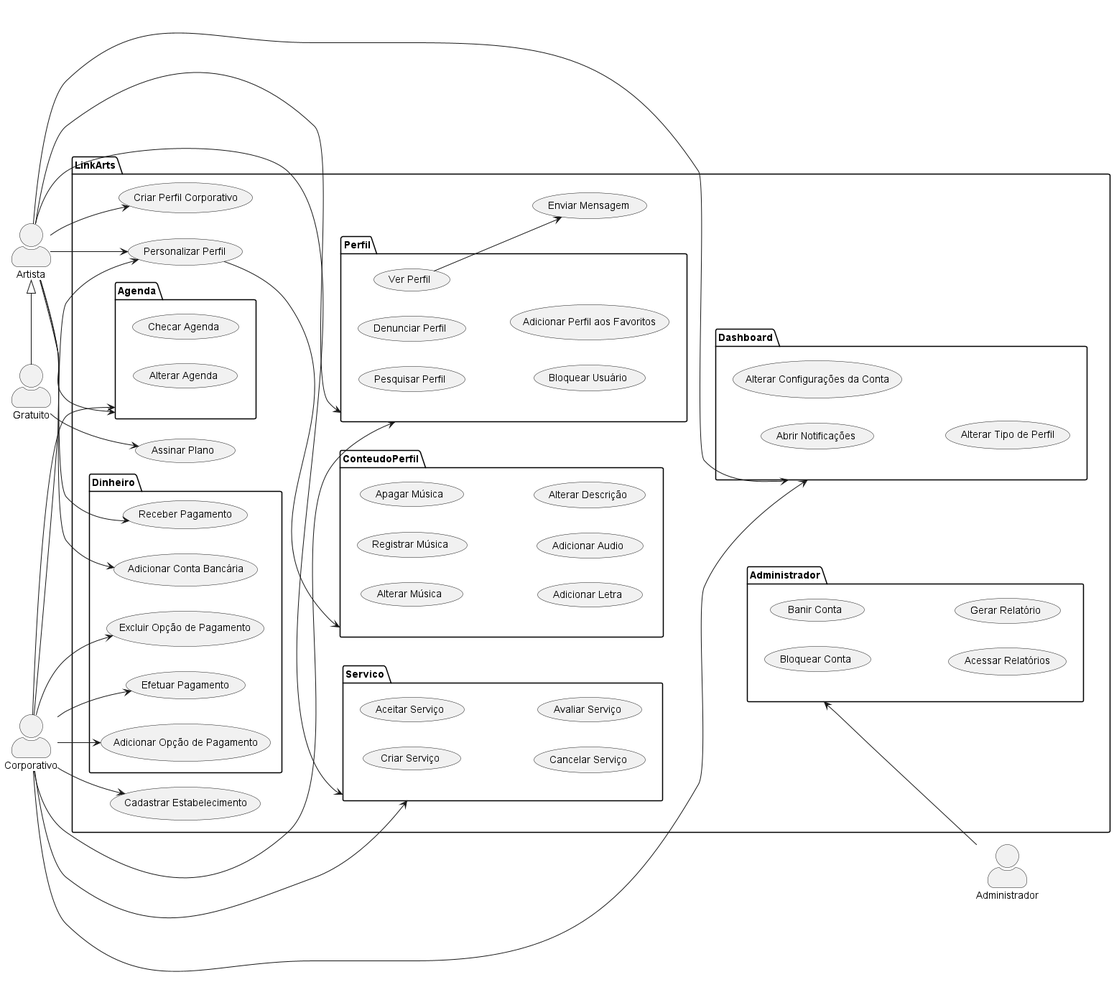
TheKrauser/Engenharia-Software-II keeps this PlantUML diagram as Docs/Novos Casos de Uso/use-cases.png. Above is the earlier version.
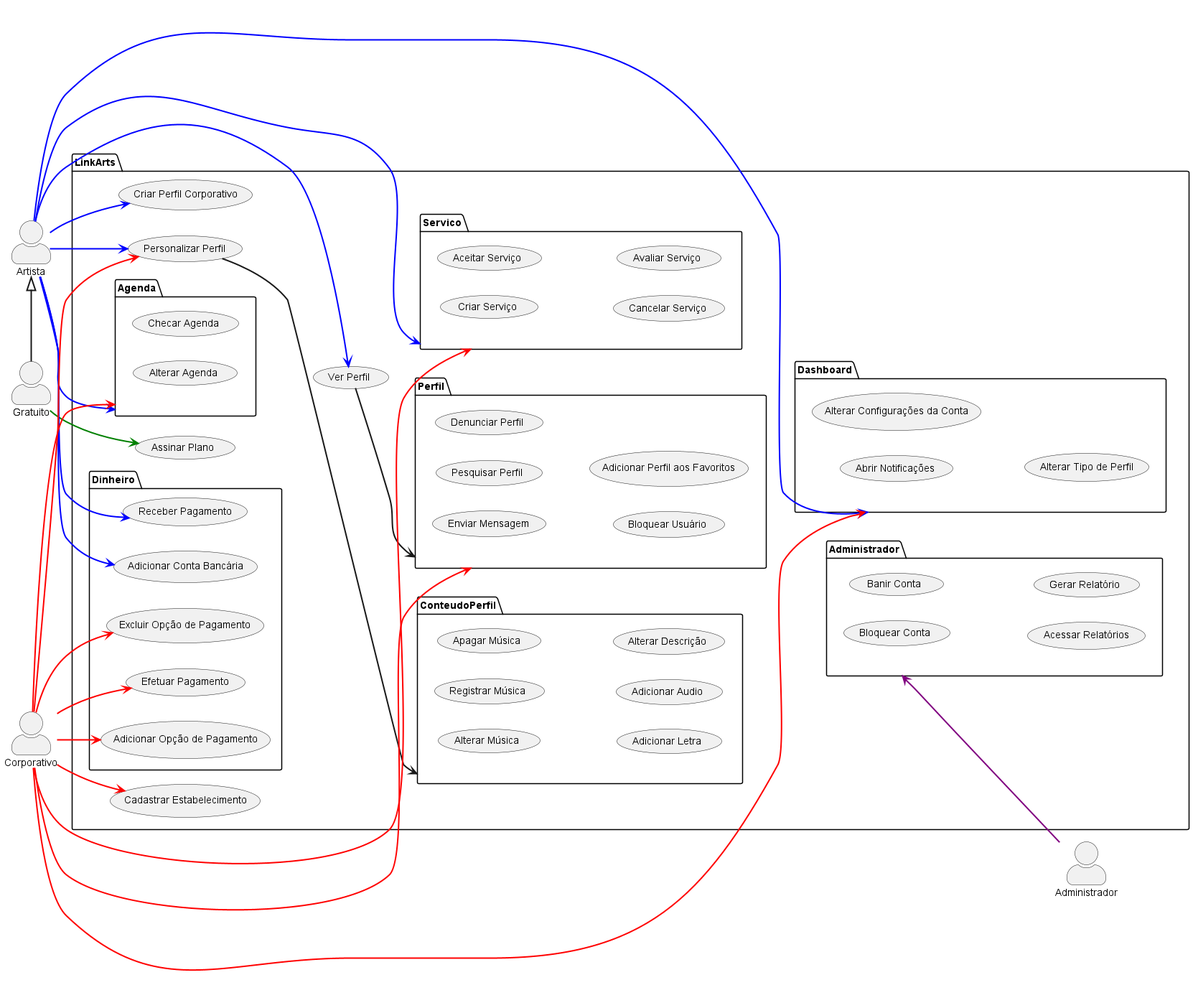
Above is the later version.

Commit message:
Casos de Uso

What changed in the source:
```diff
@@ -5,17 +5,16 @@
 actor Corporativo as C
 actor Administrador as ADM
 
-
 package LinkArts{
     usecase "Assinar Plano" as assinarPlano
-    usecase "Enviar Mensagem" as enviarMensagem
+    usecase "Ver Perfil" as verPerfil
     usecase "Criar Perfil Corporativo" as criarCorporativo
     usecase "Cadastrar Estabelecimento" as cadastrarEstabelecimento
     usecase "Personalizar Perfil" as personalizarPerfil
 
     package Perfil{
+        usecase "Enviar Mensagem" as enviarMensagem
         usecase "Pesquisar Perfil" as pesquisarPerfil
-        usecase "Ver Perfil" as verPerfil
         usecase "Denunciar Perfil" as denunciarPerfil
         usecase "Bloquear Usuário" as bloquearUsuario
         usecase "Adicionar Perfil aos Favoritos" as adicionarFavoritos
@@ -50,45 +49,47 @@
         usecase "Avaliar Serviço" as avaliarServico
     }
 
-    package Dashboard{
-        usecase "Abrir Notificações" as abrirNotificacoes
-        usecase "Alterar Configurações da Conta" as alterarConfiguracoes
-        usecase "Alterar Tipo de Perfil" as alterarTipoPerfil
-    }
-
     package Administrador{
         usecase "Bloquear Conta" as bloquearConta
         usecase "Banir Conta" as banirConta
         usecase "Acessar Relatórios" as acessarRelatorio
         usecase "Gerar Relatório" as gerarRelatorio
     }
+
+    package Dashboard{
+        usecase "Abrir Notificações" as abrirNotificacoes
+        usecase "Alterar Configurações da Conta" as alterarConfiguracoes
+        usecase "Alterar Tipo de Perfil" as alterarTipoPerfil
+    }
 }
 
+
+
 left to right direction
-P --> assinarPlano
-A --> Perfil
-A --> personalizarPerfil
-A --> Agenda
-A --> adicionarConta
-A --> receberPagamento
-personalizarPerfil ---> ConteudoPerfil
-A --> Servico
-verPerfil --> enviarMensagem
-A --> criarCorporativo
-A --> Dashboard
+P --> assinarPlano #line:green;line.bold
+A --> verPerfil #line:blue;line.bold
+A --> personalizarPerfil #line:blue;line.bold
+A --> Agenda #line:blue;line.bold
+A --> adicionarConta #line:blue;line.bold
+A --> receberPagamento #line:blue;line.bold
+personalizarPerfil ---> ConteudoPerfil #line.bold
+A --> Servico #line:blue;line.bold
+verPerfil --> Perfil #line.bold
+A --> criarCorporativo #line:blue;line.bold
+A --> Dashboard #line:blue;line.bold
 
-C --> Perfil
-C --> Agenda
-C --> adicionarPagamento
-C --> personalizarPerfil
-C --> excluirPagamento
-C --> efetuarPagamento
-C --> Servico
-C --> cadastrarEstabelecimento
-C --> Dashboard
+C --> Perfil #line:red;line.bold
+C --> Agenda #line:red;line.bold
+C --> adicionarPagamento #line:red;line.bold
+C --> personalizarPerfil #line:red;line.bold
+C --> excluirPagamento #line:red;line.bold
+C --> efetuarPagamento #line:red;line.bold
+C --> Servico #line:red;line.bold
+C --> cadastrarEstabelecimento #line:red;line.bold
+C --> Dashboard #line:red;line.bold
 
-ADM -up-> Administrador
+ADM -up-> Administrador #line:purple;line.bold
 
-A <|-right- P
+A <|-right- P #line.bold
 
 @enduml
```
